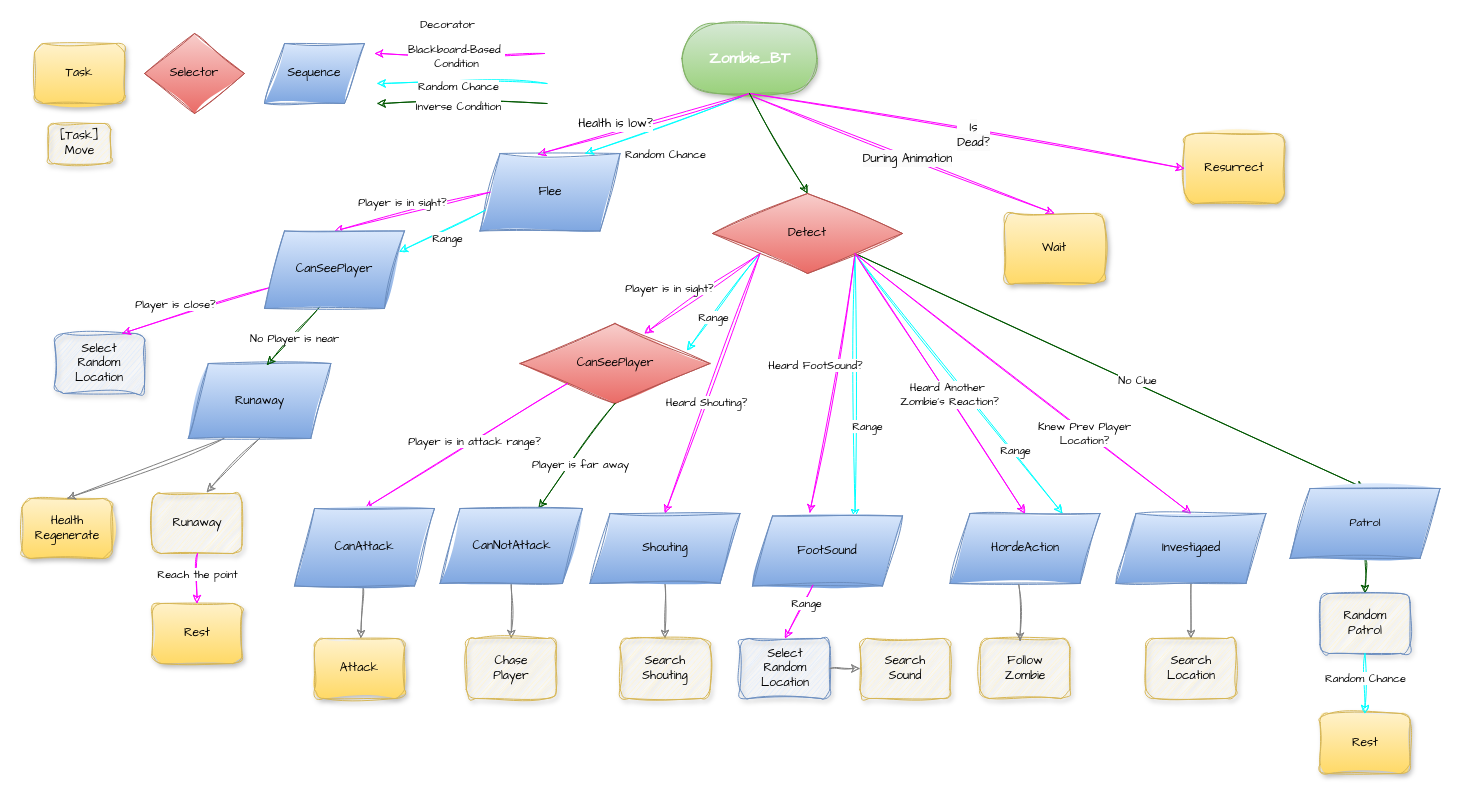
Above: JungSeungWon/기타/Zombie_BT.drawio in 2023gamedev/project (draw.io), before the change. Source tidied: cells renumbered, new cells numbered last; positions are measured from the earlier drawing's top-left corner, leaving out a move shared by most shapes. Both pictures are drawn from the tidied source at 100%, with x=0, y=0 at pixel (22, 23).
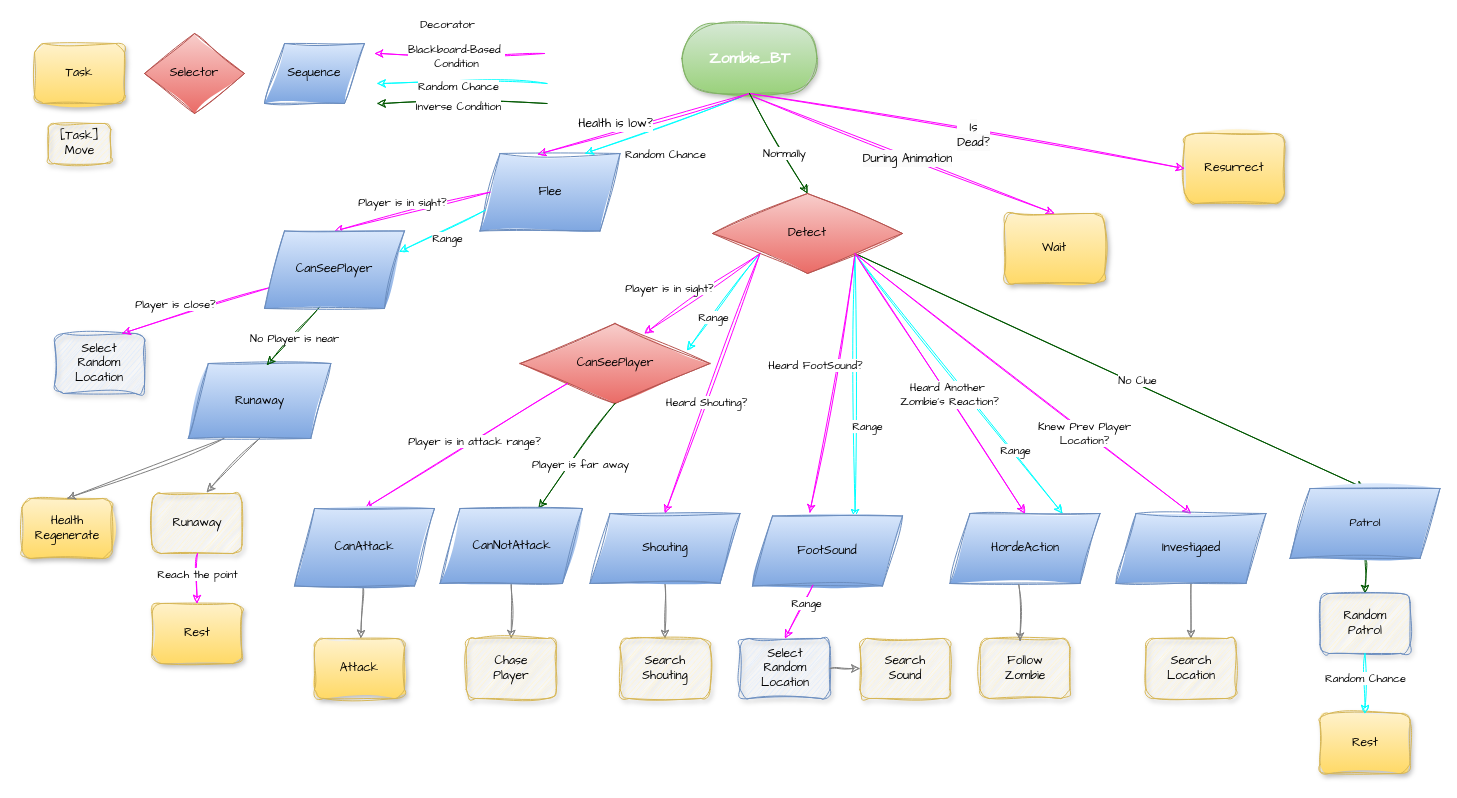
After the change.

Commit message (it also covers changes not shown here):
* 발소리 동기화 오류 수정 시도 & 다이어그램 살짝 수정

The change refers to these unchanged cells:
```xml
<mxCell id="90" style="rounded=0;sketch=1;hachureGap=4;jiggle=2;curveFitting=1;jettySize=auto;html=1;fontFamily=Architects Daughter;fillColor=#008a00;gradientColor=#97d077;strokeColor=#005700;align=center;verticalAlign=middle;fontSize=11;fontColor=default;labelBackgroundColor=default;endArrow=classic;entryX=0.5;entryY=0;entryDx=0;entryDy=0;exitX=0.5;exitY=1;exitDx=0;exitDy=0;" parent="1" edge="1" source="14" target="23">
  <mxGeometry relative="1" as="geometry" />
</mxCell>
```

Change to the diagram source:
```diff
@@
+    <mxCell id="96" value="Normally" style="edgeLabel;html=1;align=center;verticalAlign=middle;sketch=1;hachureGap=4;jiggle=2;curveFitting=1;fontFamily=Architects Daughter;" parent="90" vertex="1">
+      <mxGeometry x="0.37" y="-1" relative="1" as="geometry">
+        <mxPoint x="-4" y="-9" as="offset" />
+      </mxGeometry>
+    </mxCell>
```
